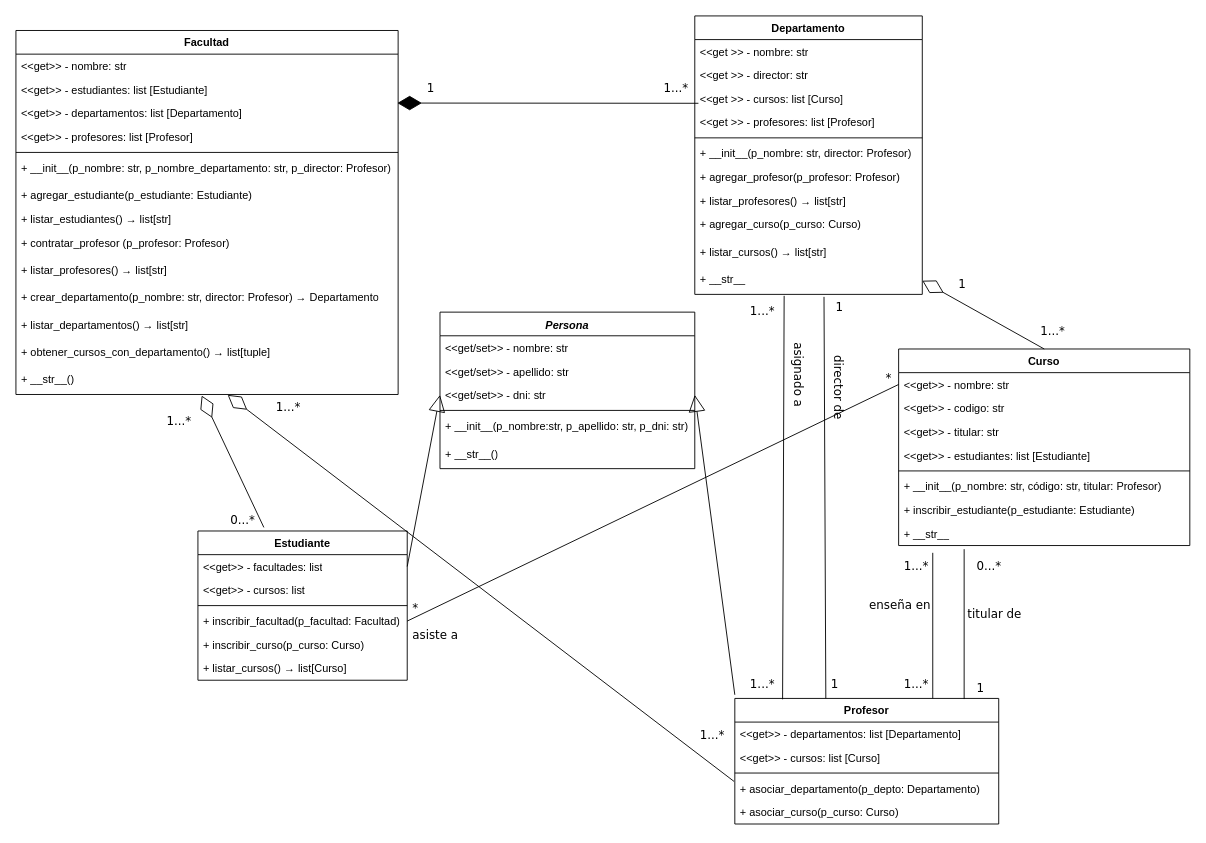
Before: TrabajoPractico_2/proyecto1/docs/diagrama_UML_p1.drawio in FelipeCarrozzo/prog_avanzada, a draw.io diagram. Source tidied: cells renumbered, new cells numbered last; positions are measured from the earlier drawing's top-left corner, leaving out a move shared by most shapes. Both pictures are drawn from the tidied source at 91%, with x=0, y=0 at pixel (15, 15).
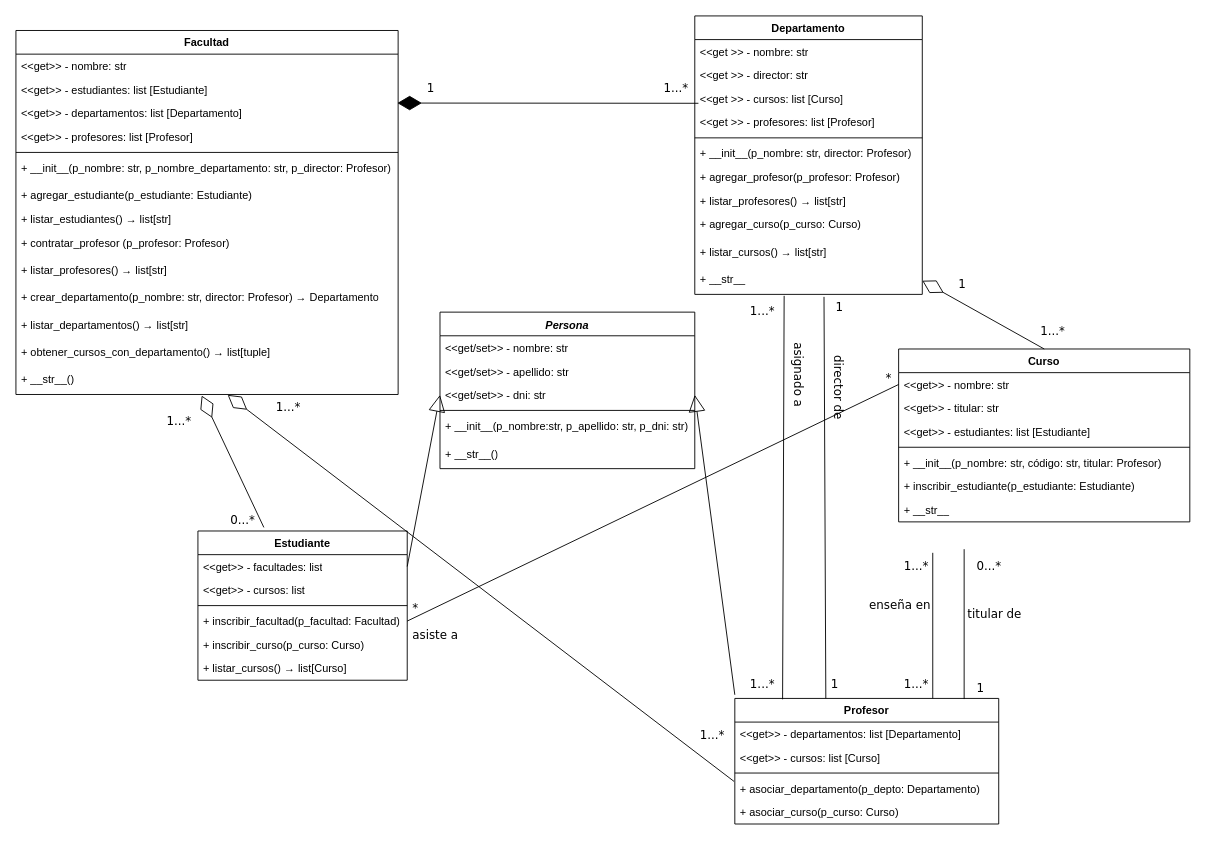
After the change.

Change to the diagram source:
```diff
@@
     <mxCell id="36" value="Curso" style="swimlane;fontStyle=1;align=center;verticalAlign=top;horizontal=1;startSize=26;whiteSpace=wrap;html=1;" parent="1" vertex="1">
-      <mxGeometry x="970" y="366" width="320" height="216" as="geometry" />
+      <mxGeometry x="970" y="366" width="320" height="190" as="geometry" />
     </mxCell>
@@
-    <mxCell id="38" value="&amp;lt;&amp;lt;get&amp;gt;&amp;gt; - codigo: str" style="text;strokeColor=none;fillColor=none;align=left;verticalAlign=top;spacingLeft=4;spacingRight=4;overflow=hidden;whiteSpace=wrap;html=1;" parent="36" vertex="1">
-      <mxGeometry y="52" width="320" height="26" as="geometry" />
-    </mxCell>
     <mxCell id="39" value="&lt;span style=&quot;color: rgb(0, 0, 0);&quot;&gt;&amp;lt;&amp;lt;get&amp;gt;&amp;gt;&amp;nbsp;&lt;/span&gt;- titular: str" style="text;strokeColor=none;fillColor=none;align=left;verticalAlign=top;spacingLeft=4;spacingRight=4;overflow=hidden;whiteSpace=wrap;html=1;" parent="36" vertex="1">
-      <mxGeometry y="78" width="320" height="26" as="geometry" />
+      <mxGeometry y="52" width="320" height="26" as="geometry" />
     </mxCell>
     <mxCell id="40" value="&lt;span style=&quot;color: rgb(0, 0, 0);&quot;&gt;&amp;lt;&amp;lt;get&amp;gt;&amp;gt;&amp;nbsp;&lt;/span&gt;- estudiantes: list [Estudiante]" style="text;strokeColor=none;fillColor=none;align=left;verticalAlign=top;spacingLeft=4;spacingRight=4;overflow=hidden;whiteSpace=wrap;html=1;" parent="36" vertex="1">
-      <mxGeometry y="104" width="320" height="26" as="geometry" />
+      <mxGeometry y="78" width="320" height="26" as="geometry" />
     </mxCell>
     <mxCell id="41" style="line;strokeWidth=1;fillColor=none;align=left;verticalAlign=middle;spacingTop=-1;spacingLeft=3;spacingRight=3;labelPosition=right;strokeColor=inherit;" parent="36" vertex="1">
-      <mxGeometry y="130" width="320" height="8" as="geometry" />
+      <mxGeometry y="104" width="320" height="8" as="geometry" />
     </mxCell>
     <mxCell id="42" value="+ __init__(p_nombre: str, código: str, titular: Profesor)" style="text;strokeColor=none;fillColor=none;align=left;verticalAlign=top;spacingLeft=4;spacingRight=4;overflow=hidden;whiteSpace=wrap;html=1;" parent="36" vertex="1">
-      <mxGeometry y="138" width="320" height="26" as="geometry" />
+      <mxGeometry y="112" width="320" height="26" as="geometry" />
     </mxCell>
     <mxCell id="43" value="+ inscribir_estudiante(p_estudiante: Estudiante)" style="text;strokeColor=none;fillColor=none;align=left;verticalAlign=top;spacingLeft=4;spacingRight=4;overflow=hidden;whiteSpace=wrap;html=1;" parent="36" vertex="1">
-      <mxGeometry y="164" width="320" height="26" as="geometry" />
+      <mxGeometry y="138" width="320" height="26" as="geometry" />
     </mxCell>
     <mxCell id="44" value="+ __str__" style="text;strokeColor=none;fillColor=none;align=left;verticalAlign=top;spacingLeft=4;spacingRight=4;overflow=hidden;whiteSpace=wrap;html=1;" parent="36" vertex="1">
-      <mxGeometry y="190" width="320" height="26" as="geometry" />
+      <mxGeometry y="164" width="320" height="26" as="geometry" />
     </mxCell>
```
